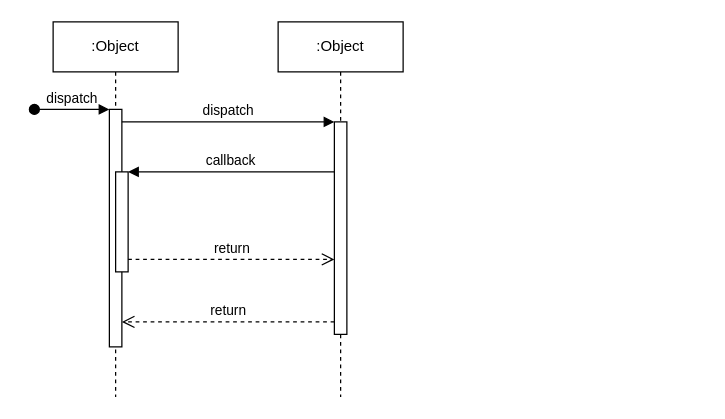
This is docs/Untitled Diagram.drawio from another-green/hello_MkDocs, a draw.io file, before an edit. Source tidied: cells renumbered, new cells numbered last; positions are measured from the earlier drawing's top-left corner, leaving out a move shared by most shapes. Both pictures are drawn from the tidied source at 125%, with x=0, y=0 at pixel (34, 21).
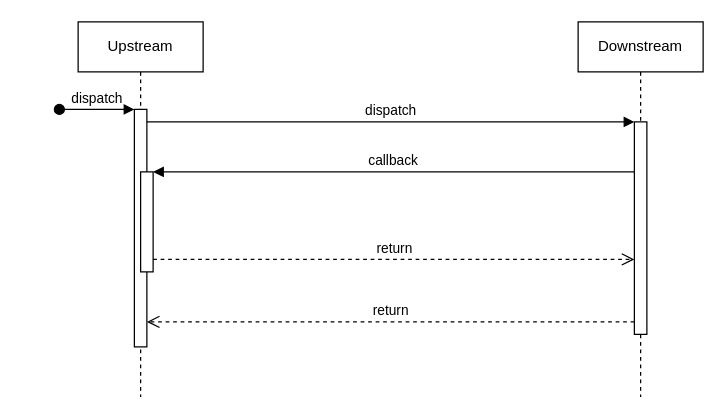
The same page after the edit.

What changed in the source:
```diff
@@
 <mxGraphModel>
   <root>
     <mxCell id="0" />
     <mxCell id="1" parent="0" />
-    <mxCell id="2" value=":Object" style="shape=umlLifeline;perimeter=lifelinePerimeter;whiteSpace=wrap;html=1;newEdgeStyle={&quot;edgeStyle&quot;:&quot;elbowEdgeStyle&quot;,&quot;elbow&quot;:&quot;vertical&quot;,&quot;curved&quot;:0,&quot;rounded&quot;:0};" parent="1" vertex="1">
-      <mxGeometry x="15" width="100" height="300" as="geometry" />
+    <mxCell id="2" value="Upstream" style="shape=umlLifeline;perimeter=lifelinePerimeter;whiteSpace=wrap;html=1;newEdgeStyle={&quot;edgeStyle&quot;:&quot;elbowEdgeStyle&quot;,&quot;elbow&quot;:&quot;vertical&quot;,&quot;curved&quot;:0,&quot;rounded&quot;:0};" parent="1" vertex="1">
+      <mxGeometry x="35" width="100" height="300" as="geometry" />
     </mxCell>
     <mxCell id="3" style="html=1;points=[];perimeter=orthogonalPerimeter;outlineConnect=0;targetShapes=umlLifeline;portConstraint=eastwest;newEdgeStyle={&quot;edgeStyle&quot;:&quot;elbowEdgeStyle&quot;,&quot;elbow&quot;:&quot;vertical&quot;,&quot;curved&quot;:0,&quot;rounded&quot;:0};" parent="2" vertex="1">
       <mxGeometry x="45" y="70" width="10" height="190" as="geometry" />
     </mxCell>
     <mxCell id="4" value="dispatch" style="html=1;verticalAlign=bottom;startArrow=oval;endArrow=block;startSize=8;edgeStyle=elbowEdgeStyle;elbow=vertical;curved=0;rounded=0;" parent="2" edge="1" target="3">
       <mxGeometry relative="1" as="geometry">
         <mxPoint x="-15" y="70" as="sourcePoint" />
       </mxGeometry>
     </mxCell>
     <mxCell id="5" style="html=1;points=[];perimeter=orthogonalPerimeter;outlineConnect=0;targetShapes=umlLifeline;portConstraint=eastwest;newEdgeStyle={&quot;edgeStyle&quot;:&quot;elbowEdgeStyle&quot;,&quot;elbow&quot;:&quot;vertical&quot;,&quot;curved&quot;:0,&quot;rounded&quot;:0};" parent="2" vertex="1">
       <mxGeometry x="50" y="120" width="10" height="80" as="geometry" />
     </mxCell>
-    <mxCell id="6" value=":Object" style="shape=umlLifeline;perimeter=lifelinePerimeter;whiteSpace=wrap;html=1;newEdgeStyle={&quot;edgeStyle&quot;:&quot;elbowEdgeStyle&quot;,&quot;elbow&quot;:&quot;vertical&quot;,&quot;curved&quot;:0,&quot;rounded&quot;:0};" parent="1" vertex="1">
-      <mxGeometry x="195" width="100" height="300" as="geometry" />
+    <mxCell id="6" value="Downstream" style="shape=umlLifeline;perimeter=lifelinePerimeter;whiteSpace=wrap;html=1;newEdgeStyle={&quot;edgeStyle&quot;:&quot;elbowEdgeStyle&quot;,&quot;elbow&quot;:&quot;vertical&quot;,&quot;curved&quot;:0,&quot;rounded&quot;:0};" parent="1" vertex="1">
+      <mxGeometry x="435" width="100" height="300" as="geometry" />
     </mxCell>
     <mxCell id="7" style="html=1;points=[];perimeter=orthogonalPerimeter;outlineConnect=0;targetShapes=umlLifeline;portConstraint=eastwest;newEdgeStyle={&quot;edgeStyle&quot;:&quot;elbowEdgeStyle&quot;,&quot;elbow&quot;:&quot;vertical&quot;,&quot;curved&quot;:0,&quot;rounded&quot;:0};" parent="6" vertex="1">
       <mxGeometry x="45" y="80" width="10" height="170" as="geometry" />
     </mxCell>
     <mxCell id="8" value="dispatch" style="html=1;verticalAlign=bottom;endArrow=block;edgeStyle=elbowEdgeStyle;elbow=vertical;curved=0;rounded=0;" parent="1" edge="1" source="3" target="7">
       <mxGeometry relative="1" as="geometry">
         <Array as="points">
           <mxPoint x="155" y="80" />
         </Array>
       </mxGeometry>
     </mxCell>
     <mxCell id="9" value="return" style="html=1;verticalAlign=bottom;endArrow=open;dashed=1;endSize=8;edgeStyle=elbowEdgeStyle;elbow=vertical;curved=0;rounded=0;" parent="1" edge="1" source="7" target="3">
       <mxGeometry relative="1" as="geometry">
         <Array as="points">
           <mxPoint x="165" y="240" />
         </Array>
       </mxGeometry>
     </mxCell>
     <mxCell id="10" value="callback" style="html=1;verticalAlign=bottom;endArrow=block;edgeStyle=elbowEdgeStyle;elbow=vertical;curved=0;rounded=0;" parent="1" edge="1" source="7" target="5">
       <mxGeometry relative="1" as="geometry">
         <Array as="points">
           <mxPoint x="165" y="120" />
         </Array>
       </mxGeometry>
     </mxCell>
     <mxCell id="11" value="return" style="html=1;verticalAlign=bottom;endArrow=open;dashed=1;endSize=8;edgeStyle=elbowEdgeStyle;elbow=vertical;curved=0;rounded=0;" parent="1" edge="1" source="5" target="7">
       <mxGeometry relative="1" as="geometry">
         <Array as="points">
           <mxPoint x="155" y="190" />
         </Array>
       </mxGeometry>
     </mxCell>
   </root>
 </mxGraphModel>
```
